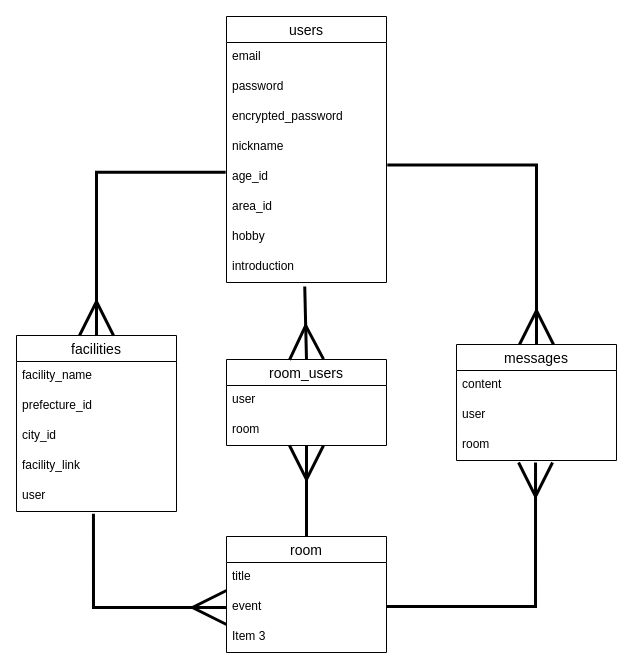
Before: ER.dio in coronnoniwa/asobiba, a draw.io diagram. Source tidied: cells renumbered, new cells numbered last; positions are measured from the earlier drawing's top-left corner, leaving out a move shared by most shapes. Both pictures are drawn from the tidied source at 100%, with x=0, y=0 at pixel (16, 16).
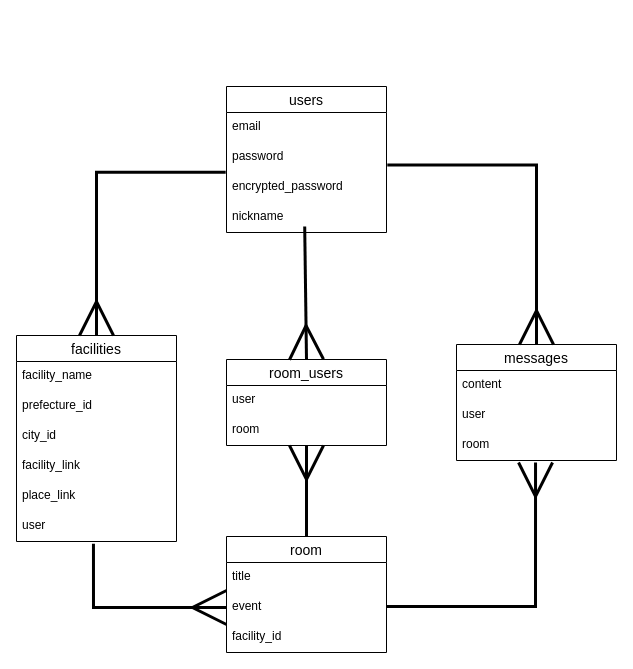
After the change.

Unchanged cells that the change refers to:
```xml
<mxCell id="17" value="room" style="swimlane;fontStyle=0;horizontal=1;startSize=26;align=center;fontSize=14;" parent="1" vertex="1">
  <mxGeometry x="210" y="520" width="160" height="116" as="geometry" />
</mxCell>
<mxCell id="22" value="room_users" style="swimlane;fontStyle=0;horizontal=1;startSize=26;align=center;fontSize=14;" parent="1" vertex="1">
  <mxGeometry x="210" y="343" width="160" height="86" as="geometry" />
</mxCell>
<mxCell id="25" value="messages" style="swimlane;fontStyle=0;horizontal=1;startSize=26;align=center;fontSize=14;" parent="1" vertex="1">
  <mxGeometry x="440" y="328" width="160" height="116" as="geometry" />
</mxCell>
```

What changed in the source:
```diff
@@
     <mxCell id="2" value="users" style="swimlane;fontStyle=0;horizontal=1;startSize=26;align=center;fontSize=14;" parent="1" vertex="1">
-      <mxGeometry x="210" width="160" height="266" as="geometry" />
+      <mxGeometry x="210" y="70" width="160" height="146" as="geometry" />
     </mxCell>
@@
-    <mxCell id="7" value="age_id" style="text;strokeColor=none;fillColor=none;spacingLeft=4;spacingRight=4;overflow=hidden;points=[[0,0.5],[1,0.5]];portConstraint=eastwest;fontSize=12;" parent="2" vertex="1">
-      <mxGeometry y="146" width="160" height="30" as="geometry" />
-    </mxCell>
-    <mxCell id="8" value="area_id" style="text;strokeColor=none;fillColor=none;spacingLeft=4;spacingRight=4;overflow=hidden;fontSize=12;" parent="2" vertex="1">
-      <mxGeometry y="176" width="160" height="30" as="geometry" />
-    </mxCell>
-    <mxCell id="9" value="hobby" style="text;strokeColor=none;fillColor=none;spacingLeft=4;spacingRight=4;overflow=hidden;fontSize=12;" parent="2" vertex="1">
-      <mxGeometry y="206" width="160" height="30" as="geometry" />
-    </mxCell>
-    <mxCell id="10" value="introduction" style="text;strokeColor=none;fillColor=none;spacingLeft=4;spacingRight=4;overflow=hidden;points=[[0,0.5],[1,0.5]];portConstraint=eastwest;fontSize=12;" parent="2" vertex="1">
-      <mxGeometry y="236" width="160" height="30" as="geometry" />
-    </mxCell>
     <mxCell id="11" value="facilities" style="swimlane;fontStyle=0;horizontal=1;startSize=26;align=center;fontSize=14;" parent="1" vertex="1">
-      <mxGeometry y="319" width="160" height="176" as="geometry" />
+      <mxGeometry y="319" width="160" height="206" as="geometry" />
     </mxCell>
@@
+    <mxCell id="34" value="place_link" style="text;strokeColor=none;fillColor=none;spacingLeft=4;spacingRight=4;overflow=hidden;fontSize=12;" parent="11" vertex="1">
+      <mxGeometry y="146" width="160" height="30" as="geometry" />
+    </mxCell>
     <mxCell id="16" value="user" style="text;strokeColor=none;fillColor=none;spacingLeft=4;spacingRight=4;overflow=hidden;points=[[0,0.5],[1,0.5]];portConstraint=eastwest;fontSize=12;" parent="11" vertex="1">
-      <mxGeometry y="146" width="160" height="30" as="geometry" />
+      <mxGeometry y="176" width="160" height="30" as="geometry" />
     </mxCell>
@@
-    <mxCell id="20" value="Item 3" style="text;strokeColor=none;fillColor=none;spacingLeft=4;spacingRight=4;overflow=hidden;fontSize=12;" parent="17" vertex="1">
+    <mxCell id="20" value="facility_id" style="text;strokeColor=none;fillColor=none;spacingLeft=4;spacingRight=4;overflow=hidden;fontSize=12;" parent="17" vertex="1">
       <mxGeometry y="86" width="160" height="30" as="geometry" />
     </mxCell>
@@
-    <mxCell id="30" style="edgeStyle=none;html=1;strokeWidth=3;startArrow=ERmany;startFill=0;endArrow=none;endFill=0;startSize=30;targetPerimeterSpacing=1;exitX=0.5;exitY=0;exitDx=0;exitDy=0;entryX=0.489;entryY=1.131;entryDx=0;entryDy=0;entryPerimeter=0;" parent="1" edge="1" source="22" target="10">
-      <mxGeometry relative="1" as="geometry" />
+    <mxCell id="30" style="edgeStyle=none;html=1;strokeWidth=3;startArrow=ERmany;startFill=0;endArrow=none;endFill=0;startSize=30;targetPerimeterSpacing=1;exitX=0.5;exitY=0;exitDx=0;exitDy=0;entryX=0.489;entryY=1.131;entryDx=0;entryDy=0;entryPerimeter=0;" parent="1" edge="1" source="22">
+      <mxGeometry relative="1" as="geometry">
+        <mxPoint x="288.2" y="209.9" as="targetPoint" />
+      </mxGeometry>
     </mxCell>
@@
-    <mxCell id="32" style="edgeStyle=segmentEdgeStyle;endArrow=ERmany;html=1;curved=0;rounded=0;endSize=30;startSize=8;strokeWidth=3;targetPerimeterSpacing=1;entryX=0.5;entryY=0;entryDx=0;entryDy=0;exitX=1.005;exitY=0.084;exitDx=0;exitDy=0;exitPerimeter=0;endFill=0;" parent="1" edge="1" source="7" target="25">
-      <mxGeometry relative="1" as="geometry" />
+    <mxCell id="32" style="edgeStyle=segmentEdgeStyle;endArrow=ERmany;html=1;curved=0;rounded=0;endSize=30;startSize=8;strokeWidth=3;targetPerimeterSpacing=1;entryX=0.5;entryY=0;entryDx=0;entryDy=0;exitX=1.005;exitY=0.084;exitDx=0;exitDy=0;exitPerimeter=0;endFill=0;" parent="1" edge="1" target="25">
+      <mxGeometry relative="1" as="geometry">
+        <mxPoint x="370.8" y="148.5" as="sourcePoint" />
+      </mxGeometry>
     </mxCell>
-    <mxCell id="33" style="edgeStyle=segmentEdgeStyle;endArrow=ERmany;html=1;curved=0;rounded=0;endSize=30;startSize=8;strokeWidth=3;targetPerimeterSpacing=1;entryX=0.5;entryY=0;entryDx=0;entryDy=0;exitX=-0.005;exitY=0.328;exitDx=0;exitDy=0;exitPerimeter=0;endFill=0;" parent="1" edge="1" source="7" target="11">
-      <mxGeometry relative="1" as="geometry" />
+    <mxCell id="33" style="edgeStyle=segmentEdgeStyle;endArrow=ERmany;html=1;curved=0;rounded=0;endSize=30;startSize=8;strokeWidth=3;targetPerimeterSpacing=1;entryX=0.5;entryY=0;entryDx=0;entryDy=0;exitX=-0.005;exitY=0.328;exitDx=0;exitDy=0;exitPerimeter=0;endFill=0;" parent="1" edge="1" target="11">
+      <mxGeometry relative="1" as="geometry">
+        <mxPoint x="209.2" y="155.8" as="sourcePoint" />
+      </mxGeometry>
     </mxCell>
```
